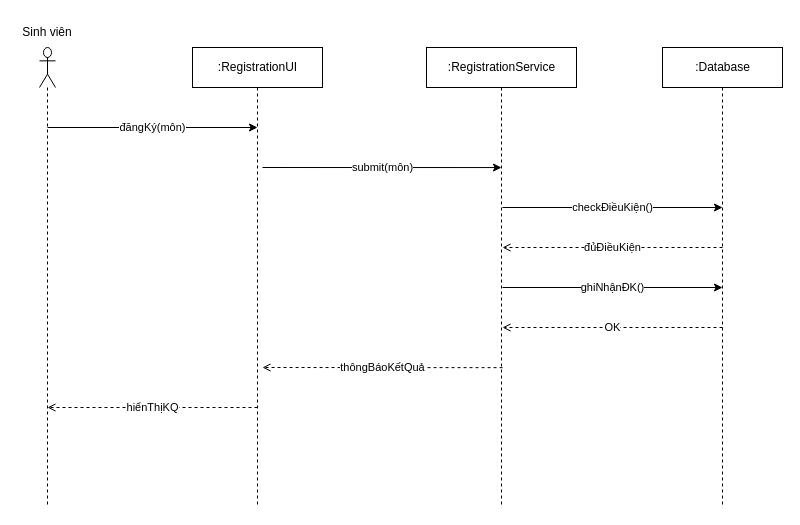
This is Session05/Bai3.drawio from letoan0902/PTIT_CNTT1_IT104_LePhuToan_PhanTichVaThietKeHeThong, a draw.io file, before an edit. Source tidied: cells renumbered, new cells numbered last; positions are measured from the earlier drawing's top-left corner, leaving out a move shared by most shapes. Both pictures are drawn from the tidied source at 100%, with x=0, y=0 at pixel (17, 17).
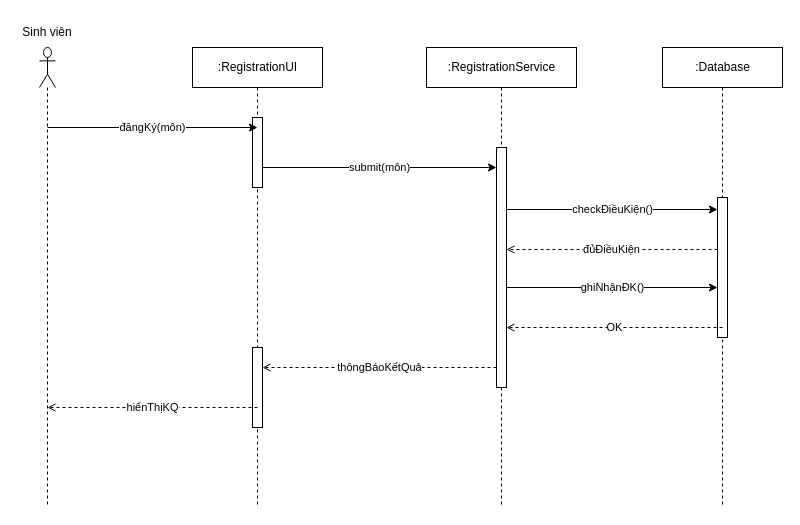
The same diagram, later.

Unchanged cells that the change refers to:
```xml
<mxCell id="3" value=":RegistrationUI" style="shape=umlLifeline;perimeter=lifelinePerimeter;html=1;" parent="1" vertex="1">
  <mxGeometry x="175" y="30" width="130" height="460" as="geometry" />
</mxCell>
<mxCell id="4" value=":RegistrationService" style="shape=umlLifeline;perimeter=lifelinePerimeter;html=1;" parent="1" vertex="1">
  <mxGeometry x="409" y="30" width="150" height="460" as="geometry" />
</mxCell>
<mxCell id="5" value=":Database" style="shape=umlLifeline;perimeter=lifelinePerimeter;html=1;" parent="1" vertex="1">
  <mxGeometry x="645" y="30" width="120" height="460" as="geometry" />
</mxCell>
```

The edit, as a diff of the source:
```diff
@@
+    <mxCell id="15" style="html=1;perimeter=orthogonalPerimeter;targetShapes=umlLifeline;newEdgeStyle={&quot;curved&quot;:0,&quot;rounded&quot;:0};" parent="3" vertex="1">
+      <mxGeometry x="60" y="70" width="10" height="70" as="geometry" />
+    </mxCell>
+    <mxCell id="16" style="html=1;perimeter=orthogonalPerimeter;targetShapes=umlLifeline;newEdgeStyle={&quot;curved&quot;:0,&quot;rounded&quot;:0};" parent="3" vertex="1">
+      <mxGeometry x="60" y="300" width="10" height="80" as="geometry" />
+    </mxCell>
@@
+    <mxCell id="17" style="html=1;points=[[0,0,0,0,5],[0,1,0,0,-5],[1,0,0,0,5],[1,1,0,0,-5]];perimeter=orthogonalPerimeter;outlineConnect=0;targetShapes=umlLifeline;portConstraint=eastwest;newEdgeStyle={&quot;curved&quot;:0,&quot;rounded&quot;:0};" parent="4" vertex="1">
+      <mxGeometry x="70" y="100" width="10" height="240" as="geometry" />
+    </mxCell>
@@
+    <mxCell id="18" style="html=1;perimeter=orthogonalPerimeter;targetShapes=umlLifeline;newEdgeStyle={&quot;curved&quot;:0,&quot;rounded&quot;:0};" parent="5" vertex="1">
+      <mxGeometry x="55" y="150" width="10" height="140" as="geometry" />
+    </mxCell>
@@
-    <mxCell id="7" value="submit(môn)" style="endArrow=classic;html=1;entryX=0.5;entryY=0.261;entryDx=0;entryDy=0;entryPerimeter=0;" parent="1" edge="1" target="4">
+    <mxCell id="7" value="submit(môn)" style="endArrow=classic;html=1;" parent="1" edge="1" target="17">
       <mxGeometry relative="1" as="geometry">
         <mxPoint x="245" y="150" as="sourcePoint" />
       </mxGeometry>
     </mxCell>
     <mxCell id="8" value="checkĐiềuKiện()" style="endArrow=classic;html=1;" parent="1" edge="1">
       <mxGeometry relative="1" as="geometry">
-        <mxPoint x="485" y="190" as="sourcePoint" />
-        <mxPoint x="705" y="190" as="targetPoint" />
+        <mxPoint x="489" y="192" as="sourcePoint" />
+        <mxPoint x="700" y="192" as="targetPoint" />
       </mxGeometry>
     </mxCell>
     <mxCell id="9" value="đủĐiềuKiện" style="endArrow=open;dashed=1;html=1;" parent="1" edge="1">
       <mxGeometry relative="1" as="geometry">
-        <mxPoint x="705" y="230" as="sourcePoint" />
-        <mxPoint x="485" y="230" as="targetPoint" />
+        <mxPoint x="700" y="232" as="sourcePoint" />
+        <mxPoint x="489" y="232" as="targetPoint" />
       </mxGeometry>
     </mxCell>
     <mxCell id="10" value="ghiNhậnĐK()" style="endArrow=classic;html=1;" parent="1" edge="1">
       <mxGeometry relative="1" as="geometry">
-        <mxPoint x="485" y="270" as="sourcePoint" />
-        <mxPoint x="705" y="270" as="targetPoint" />
+        <mxPoint x="489" y="270" as="sourcePoint" />
+        <mxPoint x="700" y="270" as="targetPoint" />
       </mxGeometry>
     </mxCell>
-    <mxCell id="11" value="OK" style="endArrow=open;dashed=1;html=1;" parent="1" edge="1">
+    <mxCell id="11" value="OK" style="endArrow=open;dashed=1;html=1;" parent="1" edge="1" target="17">
       <mxGeometry relative="1" as="geometry">
         <mxPoint x="705" y="310" as="sourcePoint" />
-        <mxPoint x="485" y="310" as="targetPoint" />
       </mxGeometry>
     </mxCell>
-    <mxCell id="12" value="thôngBáoKếtQuả" style="endArrow=open;dashed=1;html=1;exitX=0.507;exitY=0.696;exitDx=0;exitDy=0;exitPerimeter=0;" parent="1" edge="1" source="4">
+    <mxCell id="12" value="thôngBáoKếtQuả" style="endArrow=open;dashed=1;html=1;" parent="1" edge="1" source="17">
       <mxGeometry relative="1" as="geometry">
         <mxPoint x="245" y="350" as="targetPoint" />
       </mxGeometry>
     </mxCell>
```
